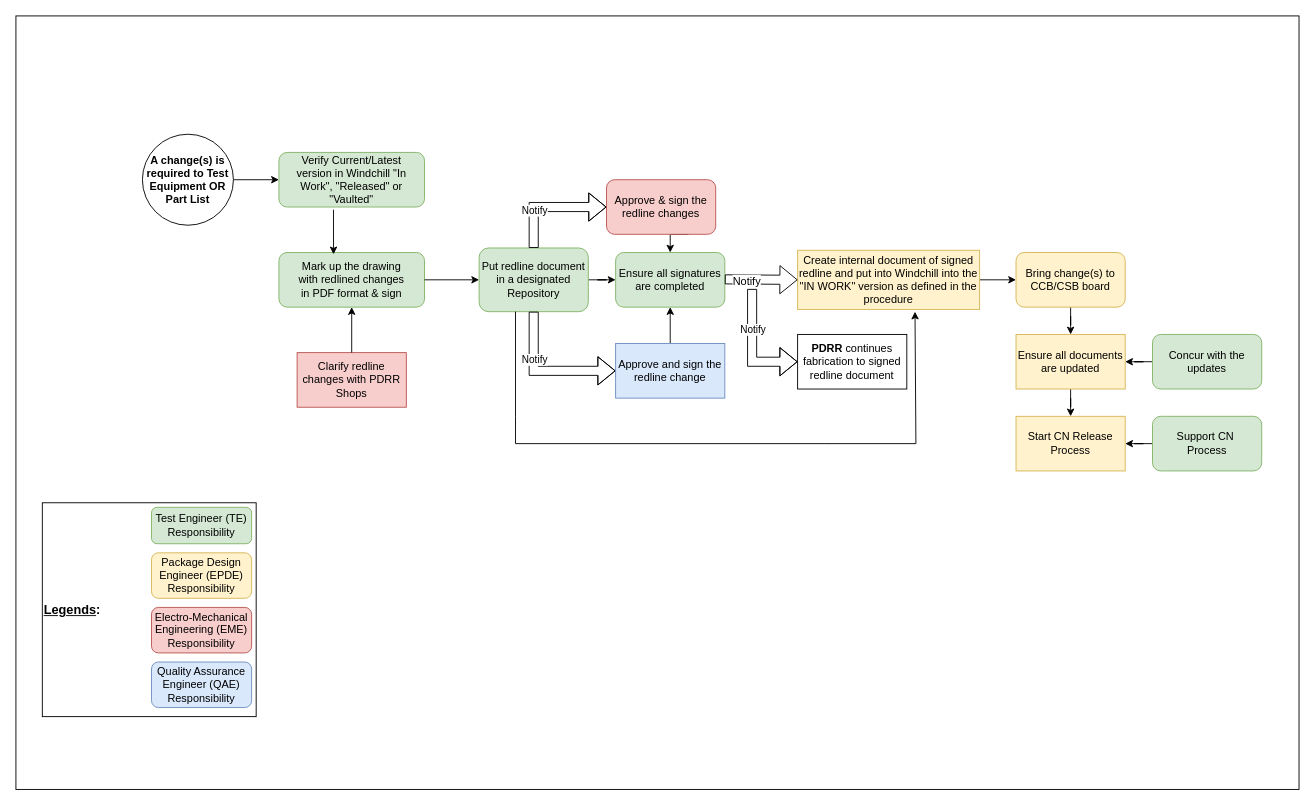
The draw.io diagram Untitled Diagram.drawio in lnguyen921/UTA, before the edit. Source tidied: cells renumbered, new cells numbered last; positions are measured from the earlier drawing's top-left corner, leaving out a move shared by most shapes. Both pictures are drawn from the tidied source at 91%, with x=0, y=0 at pixel (15, 15).
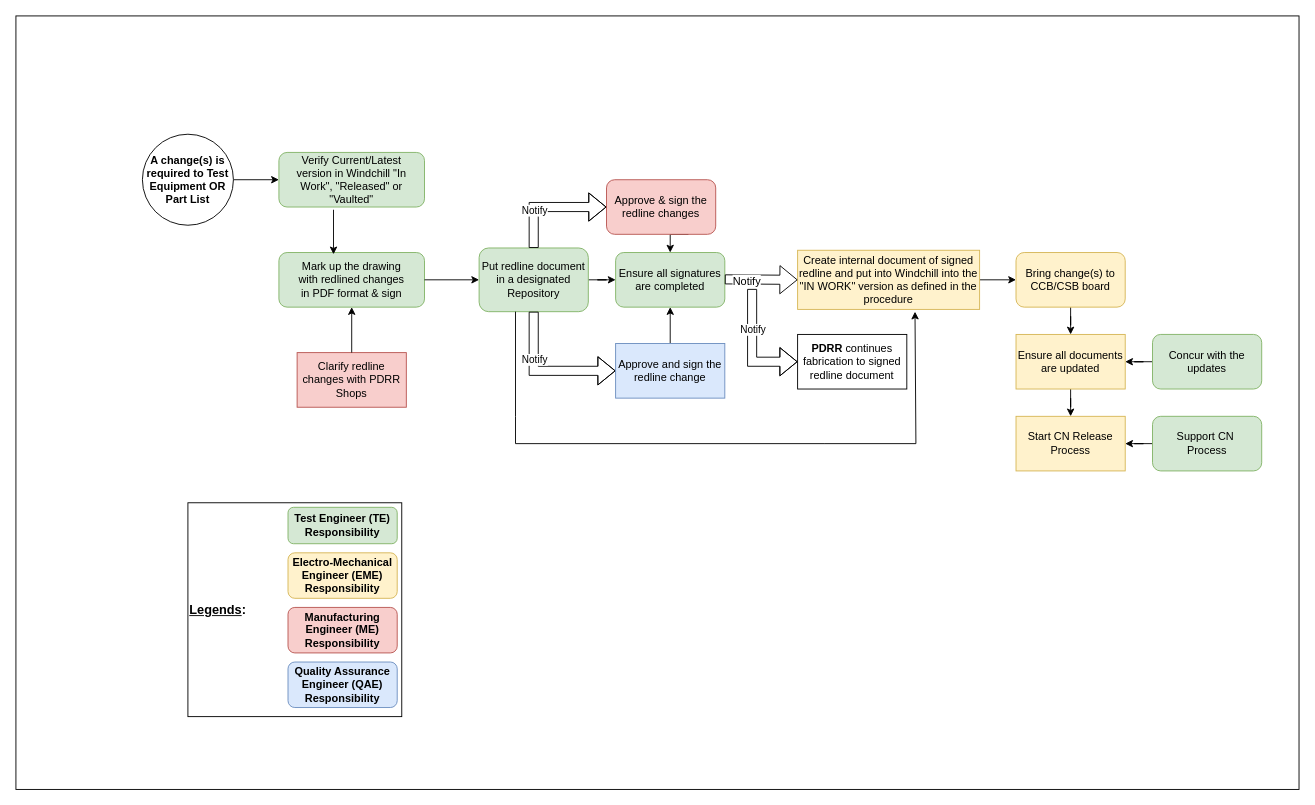
The same page after the edit.

What changed in the source:
```diff
@@
     <mxCell id="39" value="&lt;font style=&quot;font-size: 14px;&quot;&gt;&lt;b&gt;&lt;u&gt;Legends&lt;/u&gt;:&lt;/b&gt;&lt;/font&gt;" style="whiteSpace=wrap;html=1;align=left;rounded=0;" parent="1" vertex="1">
-      <mxGeometry x="29" y="535" width="235" height="235" as="geometry" />
+      <mxGeometry x="189" y="535" width="235" height="235" as="geometry" />
     </mxCell>
-    <mxCell id="40" value="Test Engineer (TE) Responsibility" style="rounded=1;whiteSpace=wrap;html=1;fillColor=#d5e8d4;strokeColor=#82b366;" parent="1" vertex="1">
-      <mxGeometry x="149" y="540" width="110" height="40" as="geometry" />
+    <mxCell id="40" value="&lt;b&gt;Test Engineer (TE) Responsibility&lt;/b&gt;" style="rounded=1;whiteSpace=wrap;html=1;fillColor=#d5e8d4;strokeColor=#82b366;" parent="1" vertex="1">
+      <mxGeometry x="299" y="540" width="120" height="40" as="geometry" />
     </mxCell>
-    <mxCell id="41" value="Package Design Engineer (EPDE) Responsibility" style="rounded=1;whiteSpace=wrap;html=1;fillColor=#fff2cc;strokeColor=#d6b656;" parent="1" vertex="1">
-      <mxGeometry x="149" y="590" width="110" height="50" as="geometry" />
+    <mxCell id="41" value="&lt;b&gt;Electro-Mechanical Engineer (EME) Responsibility&lt;/b&gt;" style="rounded=1;whiteSpace=wrap;html=1;fillColor=#fff2cc;strokeColor=#d6b656;" parent="1" vertex="1">
+      <mxGeometry x="299" y="590" width="120" height="50" as="geometry" />
     </mxCell>
-    <mxCell id="42" value="Electro-Mechanical Engineering (EME) Responsibility" style="rounded=1;whiteSpace=wrap;html=1;fillColor=#f8cecc;strokeColor=#b85450;glass=0;" parent="1" vertex="1">
-      <mxGeometry x="149" y="650" width="110" height="50" as="geometry" />
+    <mxCell id="42" value="&lt;b&gt;Manufacturing Engineer (ME) Responsibility&lt;/b&gt;" style="rounded=1;whiteSpace=wrap;html=1;fillColor=#f8cecc;strokeColor=#b85450;glass=0;" parent="1" vertex="1">
+      <mxGeometry x="299" y="650" width="120" height="50" as="geometry" />
     </mxCell>
-    <mxCell id="43" value="Quality Assurance Engineer (QAE) Responsibility" style="rounded=1;whiteSpace=wrap;html=1;fillColor=#dae8fc;strokeColor=#6c8ebf;" parent="1" vertex="1">
-      <mxGeometry x="149" y="710" width="110" height="50" as="geometry" />
+    <mxCell id="43" value="&lt;b&gt;Quality Assurance Engineer (QAE) Responsibility&lt;/b&gt;" style="rounded=1;whiteSpace=wrap;html=1;fillColor=#dae8fc;strokeColor=#6c8ebf;" parent="1" vertex="1">
+      <mxGeometry x="299" y="710" width="120" height="50" as="geometry" />
     </mxCell>
```
